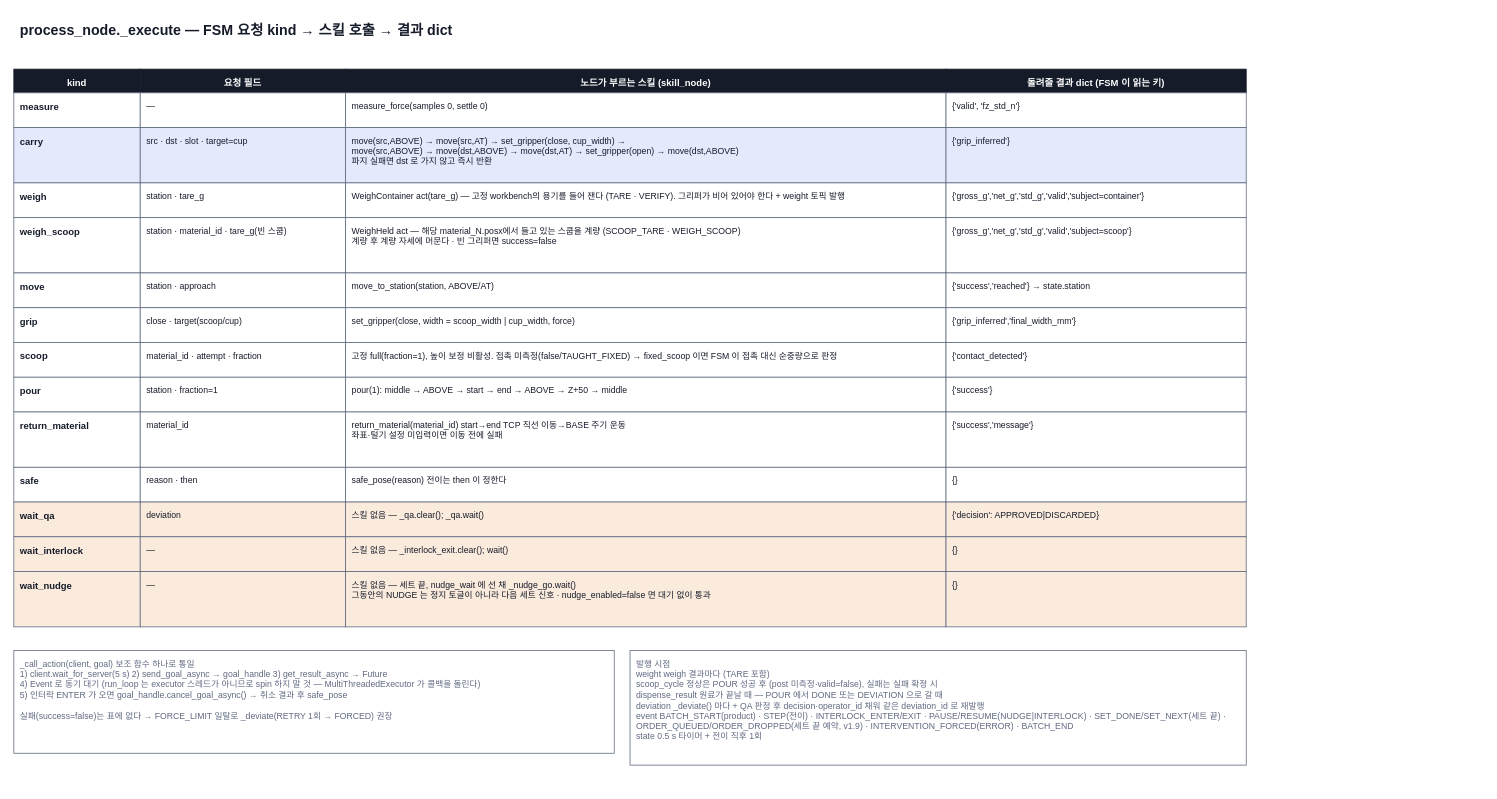
Before: page "3 요청↔스킬 번역 (_execute)" (3 of 4) of docs/diagrams/process_flow.drawio in Jik-Kim/auto-pharmacist, a draw.io diagram. Source tidied: cells renumbered, new cells numbered last; positions are measured from the earlier drawing's top-left corner, leaving out a move shared by most shapes. Both pictures are drawn from the tidied source at 79%, with x=0, y=0 at pixel (13, 13).
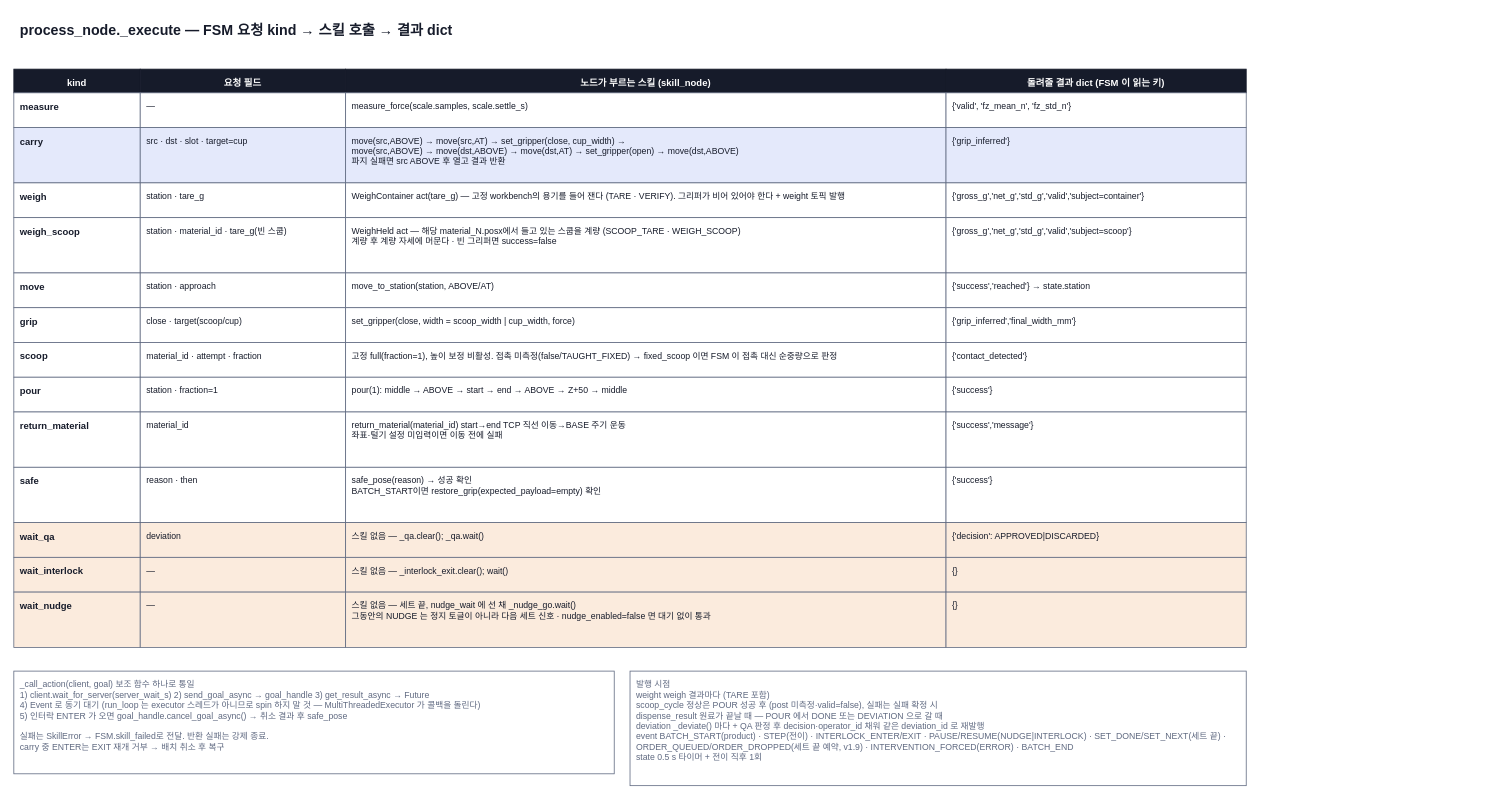
The same diagram, later.

Diff of the diagram source:
```diff
@@
-    <mxCell id="9" value="measure_force(samples 0, settle 0)" style="rounded=0;whiteSpace=wrap;html=1;fillColor=#FFFFFF;strokeColor=#5F6980;fontColor=#161B2A;fontSize=11;align=left;verticalAlign=top;spacingTop=4;spacingLeft=6;spacingRight=6;" parent="1" vertex="1">
+    <mxCell id="9" value="measure_force(scale.samples, scale.settle_s)" style="rounded=0;whiteSpace=wrap;html=1;fillColor=#FFFFFF;strokeColor=#5F6980;fontColor=#161B2A;fontSize=11;align=left;verticalAlign=top;spacingTop=4;spacingLeft=6;spacingRight=6;" parent="1" vertex="1">
       <mxGeometry x="420" y="100" width="760" height="44" as="geometry" />
     </mxCell>
-    <mxCell id="10" value="{'valid', 'fz_std_n'}" style="rounded=0;whiteSpace=wrap;html=1;fillColor=#FFFFFF;strokeColor=#5F6980;fontColor=#161B2A;fontSize=11;align=left;verticalAlign=top;spacingTop=4;spacingLeft=6;spacingRight=6;" parent="1" vertex="1">
+    <mxCell id="10" value="{'valid', 'fz_mean_n', 'fz_std_n'}" style="rounded=0;whiteSpace=wrap;html=1;fillColor=#FFFFFF;strokeColor=#5F6980;fontColor=#161B2A;fontSize=11;align=left;verticalAlign=top;spacingTop=4;spacingLeft=6;spacingRight=6;" parent="1" vertex="1">
       <mxGeometry x="1180" y="100" width="380" height="44" as="geometry" />
     </mxCell>
@@
-    <mxCell id="13" value="move(src,ABOVE) → move(src,AT) → set_gripper(close, cup_width) →&lt;br&gt;move(src,ABOVE) → move(dst,ABOVE) → move(dst,AT) → set_gripper(open) → move(dst,ABOVE)&lt;br&gt;파지 실패면 dst 로 가지 않고 즉시 반환" style="rounded=0;whiteSpace=wrap;html=1;fillColor=#E4E9FB;strokeColor=#5F6980;fontColor=#161B2A;fontSize=11;align=left;verticalAlign=top;spacingTop=4;spacingLeft=6;spacingRight=6;" parent="1" vertex="1">
+    <mxCell id="13" value="move(src,ABOVE) → move(src,AT) → set_gripper(close, cup_width) →&lt;br&gt;move(src,ABOVE) → move(dst,ABOVE) → move(dst,AT) → set_gripper(open) → move(dst,ABOVE)&lt;br&gt;파지 실패면 src ABOVE 후 열고 결과 반환" style="rounded=0;whiteSpace=wrap;html=1;fillColor=#E4E9FB;strokeColor=#5F6980;fontColor=#161B2A;fontSize=11;align=left;verticalAlign=top;spacingTop=4;spacingLeft=6;spacingRight=6;" parent="1" vertex="1">
       <mxGeometry x="420" y="144" width="760" height="70" as="geometry" />
     </mxCell>
@@
     <mxCell id="43" value="safe" style="rounded=0;whiteSpace=wrap;html=1;fillColor=#FFFFFF;strokeColor=#5F6980;fontColor=#161B2A;fontSize=12;align=left;verticalAlign=top;spacingTop=4;spacingLeft=6;spacingRight=6;fontStyle=1;" parent="1" vertex="1">
-      <mxGeometry y="574" width="160" height="44" as="geometry" />
+      <mxGeometry y="574" width="160" height="70" as="geometry" />
     </mxCell>
     <mxCell id="44" value="reason · then" style="rounded=0;whiteSpace=wrap;html=1;fillColor=#FFFFFF;strokeColor=#5F6980;fontColor=#161B2A;fontSize=11;align=left;verticalAlign=top;spacingTop=4;spacingLeft=6;spacingRight=6;" parent="1" vertex="1">
-      <mxGeometry x="160" y="574" width="260" height="44" as="geometry" />
+      <mxGeometry x="160" y="574" width="260" height="70" as="geometry" />
     </mxCell>
-    <mxCell id="45" value="safe_pose(reason)   전이는 then 이 정한다" style="rounded=0;whiteSpace=wrap;html=1;fillColor=#FFFFFF;strokeColor=#5F6980;fontColor=#161B2A;fontSize=11;align=left;verticalAlign=top;spacingTop=4;spacingLeft=6;spacingRight=6;" parent="1" vertex="1">
-      <mxGeometry x="420" y="574" width="760" height="44" as="geometry" />
+    <mxCell id="45" value="safe_pose(reason) → 성공 확인&lt;br&gt;BATCH_START이면 restore_grip(expected_payload=empty) 확인" style="rounded=0;whiteSpace=wrap;html=1;fillColor=#FFFFFF;strokeColor=#5F6980;fontColor=#161B2A;fontSize=11;align=left;verticalAlign=top;spacingTop=4;spacingLeft=6;spacingRight=6;" parent="1" vertex="1">
+      <mxGeometry x="420" y="574" width="760" height="70" as="geometry" />
     </mxCell>
-    <mxCell id="46" value="{}" style="rounded=0;whiteSpace=wrap;html=1;fillColor=#FFFFFF;strokeColor=#5F6980;fontColor=#161B2A;fontSize=11;align=left;verticalAlign=top;spacingTop=4;spacingLeft=6;spacingRight=6;" parent="1" vertex="1">
-      <mxGeometry x="1180" y="574" width="380" height="44" as="geometry" />
+    <mxCell id="46" value="{'success'}" style="rounded=0;whiteSpace=wrap;html=1;fillColor=#FFFFFF;strokeColor=#5F6980;fontColor=#161B2A;fontSize=11;align=left;verticalAlign=top;spacingTop=4;spacingLeft=6;spacingRight=6;" parent="1" vertex="1">
+      <mxGeometry x="1180" y="574" width="380" height="70" as="geometry" />
     </mxCell>
     <mxCell id="47" value="wait_qa" style="rounded=0;whiteSpace=wrap;html=1;fillColor=#FBEBDD;strokeColor=#5F6980;fontColor=#161B2A;fontSize=12;align=left;verticalAlign=top;spacingTop=4;spacingLeft=6;spacingRight=6;fontStyle=1;" parent="1" vertex="1">
-      <mxGeometry y="618" width="160" height="44" as="geometry" />
+      <mxGeometry y="644" width="160" height="44" as="geometry" />
     </mxCell>
     <mxCell id="48" value="deviation" style="rounded=0;whiteSpace=wrap;html=1;fillColor=#FBEBDD;strokeColor=#5F6980;fontColor=#161B2A;fontSize=11;align=left;verticalAlign=top;spacingTop=4;spacingLeft=6;spacingRight=6;" parent="1" vertex="1">
-      <mxGeometry x="160" y="618" width="260" height="44" as="geometry" />
+      <mxGeometry x="160" y="644" width="260" height="44" as="geometry" />
     </mxCell>
     <mxCell id="49" value="스킬 없음 — _qa.clear(); _qa.wait()" style="rounded=0;whiteSpace=wrap;html=1;fillColor=#FBEBDD;strokeColor=#5F6980;fontColor=#161B2A;fontSize=11;align=left;verticalAlign=top;spacingTop=4;spacingLeft=6;spacingRight=6;" parent="1" vertex="1">
-      <mxGeometry x="420" y="618" width="760" height="44" as="geometry" />
+      <mxGeometry x="420" y="644" width="760" height="44" as="geometry" />
     </mxCell>
     <mxCell id="50" value="{'decision': APPROVED|DISCARDED}" style="rounded=0;whiteSpace=wrap;html=1;fillColor=#FBEBDD;strokeColor=#5F6980;fontColor=#161B2A;fontSize=11;align=left;verticalAlign=top;spacingTop=4;spacingLeft=6;spacingRight=6;" parent="1" vertex="1">
-      <mxGeometry x="1180" y="618" width="380" height="44" as="geometry" />
+      <mxGeometry x="1180" y="644" width="380" height="44" as="geometry" />
     </mxCell>
     <mxCell id="51" value="wait_interlock" style="rounded=0;whiteSpace=wrap;html=1;fillColor=#FBEBDD;strokeColor=#5F6980;fontColor=#161B2A;fontSize=12;align=left;verticalAlign=top;spacingTop=4;spacingLeft=6;spacingRight=6;fontStyle=1;" parent="1" vertex="1">
-      <mxGeometry y="662" width="160" height="44" as="geometry" />
+      <mxGeometry y="688" width="160" height="44" as="geometry" />
     </mxCell>
     <mxCell id="52" value="—" style="rounded=0;whiteSpace=wrap;html=1;fillColor=#FBEBDD;strokeColor=#5F6980;fontColor=#161B2A;fontSize=11;align=left;verticalAlign=top;spacingTop=4;spacingLeft=6;spacingRight=6;" parent="1" vertex="1">
-      <mxGeometry x="160" y="662" width="260" height="44" as="geometry" />
+      <mxGeometry x="160" y="688" width="260" height="44" as="geometry" />
     </mxCell>
     <mxCell id="53" value="스킬 없음 — _interlock_exit.clear(); wait()" style="rounded=0;whiteSpace=wrap;html=1;fillColor=#FBEBDD;strokeColor=#5F6980;fontColor=#161B2A;fontSize=11;align=left;verticalAlign=top;spacingTop=4;spacingLeft=6;spacingRight=6;" parent="1" vertex="1">
-      <mxGeometry x="420" y="662" width="760" height="44" as="geometry" />
+      <mxGeometry x="420" y="688" width="760" height="44" as="geometry" />
     </mxCell>
     <mxCell id="54" value="{}" style="rounded=0;whiteSpace=wrap;html=1;fillColor=#FBEBDD;strokeColor=#5F6980;fontColor=#161B2A;fontSize=11;align=left;verticalAlign=top;spacingTop=4;spacingLeft=6;spacingRight=6;" parent="1" vertex="1">
-      <mxGeometry x="1180" y="662" width="380" height="44" as="geometry" />
+      <mxGeometry x="1180" y="688" width="380" height="44" as="geometry" />
     </mxCell>
     <mxCell id="55" value="wait_nudge" style="rounded=0;whiteSpace=wrap;html=1;fillColor=#FBEBDD;strokeColor=#5F6980;fontColor=#161B2A;fontSize=12;align=left;verticalAlign=top;spacingTop=4;spacingLeft=6;spacingRight=6;fontStyle=1;" parent="1" vertex="1">
-      <mxGeometry y="706" width="160" height="70" as="geometry" />
+      <mxGeometry y="732" width="160" height="70" as="geometry" />
     </mxCell>
     <mxCell id="56" value="—" style="rounded=0;whiteSpace=wrap;html=1;fillColor=#FBEBDD;strokeColor=#5F6980;fontColor=#161B2A;fontSize=11;align=left;verticalAlign=top;spacingTop=4;spacingLeft=6;spacingRight=6;" parent="1" vertex="1">
-      <mxGeometry x="160" y="706" width="260" height="70" as="geometry" />
+      <mxGeometry x="160" y="732" width="260" height="70" as="geometry" />
     </mxCell>
     <mxCell id="57" value="스킬 없음 — 세트 끝, nudge_wait 에 선 채 _nudge_go.wait()&lt;br&gt;그동안의 NUDGE 는 정지 토글이 아니라 다음 세트 신호 · nudge_enabled=false 면 대기 없이 통과" style="rounded=0;whiteSpace=wrap;html=1;fillColor=#FBEBDD;strokeColor=#5F6980;fontColor=#161B2A;fontSize=11;align=left;verticalAlign=top;spacingTop=4;spacingLeft=6;spacingRight=6;" parent="1" vertex="1">
-      <mxGeometry x="420" y="706" width="760" height="70" as="geometry" />
+      <mxGeometry x="420" y="732" width="760" height="70" as="geometry" />
     </mxCell>
     <mxCell id="58" value="{}" style="rounded=0;whiteSpace=wrap;html=1;fillColor=#FBEBDD;strokeColor=#5F6980;fontColor=#161B2A;fontSize=11;align=left;verticalAlign=top;spacingTop=4;spacingLeft=6;spacingRight=6;" parent="1" vertex="1">
-      <mxGeometry x="1180" y="706" width="380" height="70" as="geometry" />
+      <mxGeometry x="1180" y="732" width="380" height="70" as="geometry" />
     </mxCell>
-    <mxCell id="59" value="_call_action(client, goal) 보조 함수 하나로 통일&lt;br&gt;  1) client.wait_for_server(5 s)   2) send_goal_async → goal_handle   3) get_result_async → Future&lt;br&gt;  4) Event 로 동기 대기 (run_loop 는 executor 스레드가 아니므로 spin 하지 말 것 — MultiThreadedExecutor 가 콜백을 돌린다)&lt;br&gt;  5) 인터락 ENTER 가 오면 goal_handle.cancel_goal_async()  → 취소 결과 후 safe_pose&lt;br&gt;&lt;br&gt;실패(success=false)는 표에 없다 → FORCE_LIMIT 일탈로 _deviate(RETRY 1회 → FORCED) 권장" style="rounded=0;whiteSpace=wrap;html=1;fillColor=#FFFFFF;strokeColor=#5F6980;fontColor=#5F6980;fontSize=11;align=left;verticalAlign=top;spacingTop=4;spacingLeft=6;spacingRight=6;" parent="1" vertex="1">
-      <mxGeometry y="806" width="760" height="130" as="geometry" />
+    <mxCell id="59" value="_call_action(client, goal) 보조 함수 하나로 통일&lt;br&gt;  1) client.wait_for_server(server_wait_s)   2) send_goal_async → goal_handle   3) get_result_async → Future&lt;br&gt;  4) Event 로 동기 대기 (run_loop 는 executor 스레드가 아니므로 spin 하지 말 것 — MultiThreadedExecutor 가 콜백을 돌린다)&lt;br&gt;  5) 인터락 ENTER 가 오면 goal_handle.cancel_goal_async()  → 취소 결과 후 safe_pose&lt;br&gt;&lt;br&gt;실패는 SkillError → FSM.skill_failed로 전달. 반환 실패는 강제 종료.&lt;br&gt;carry 중 ENTER는 EXIT 재개 거부 → 배치 취소 후 복구" style="rounded=0;whiteSpace=wrap;html=1;fillColor=#FFFFFF;strokeColor=#5F6980;fontColor=#5F6980;fontSize=11;align=left;verticalAlign=top;spacingTop=4;spacingLeft=6;spacingRight=6;" parent="1" vertex="1">
+      <mxGeometry y="832" width="760" height="130" as="geometry" />
     </mxCell>
     <mxCell id="60" value="발행 시점&lt;br&gt;  weight            weigh 결과마다 (TARE 포함)&lt;br&gt;  scoop_cycle       정상은 POUR 성공 후 (post 미측정·valid=false), 실패는 실패 확정 시&lt;br&gt;  dispense_result   원료가 끝날 때 — POUR 에서 DONE 또는 DEVIATION 으로 갈 때&lt;br&gt;  deviation         _deviate() 마다 + QA 판정 후 decision·operator_id 채워 같은 deviation_id 로 재발행&lt;br&gt;  event             BATCH_START(product) · STEP(전이) · INTERLOCK_ENTER/EXIT · PAUSE/RESUME(NUDGE|INTERLOCK) · SET_DONE/SET_NEXT(세트 끝) · ORDER_QUEUED/ORDER_DROPPED(세트 끝 예약, v1.9) · INTERVENTION_FORCED(ERROR) · BATCH_END&lt;br&gt;  state             0.5 s 타이머 + 전이 직후 1회" style="rounded=0;whiteSpace=wrap;html=1;fillColor=#FFFFFF;strokeColor=#5F6980;fontColor=#5F6980;fontSize=11;align=left;verticalAlign=top;spacingTop=4;spacingLeft=6;spacingRight=6;" parent="1" vertex="1">
-      <mxGeometry x="780" y="806" width="780" height="145" as="geometry" />
+      <mxGeometry x="780" y="832" width="780" height="145" as="geometry" />
     </mxCell>
```
